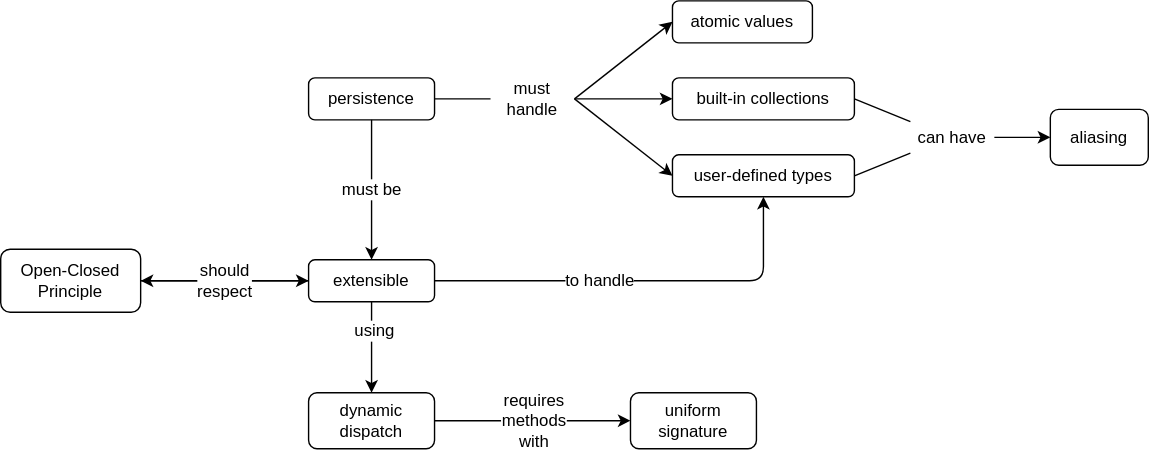
Above: sdxpy/persist/concept_map.svg in gvwilson/thirdbit (draw.io), before the change. Source tidied: cells renumbered, new cells last; positions are measured from the earlier drawing's top-left corner, leaving out a move shared by most shapes. The source it was exported from:
```xml
<mxGraphModel>
  <root>
    <mxCell id="0" />
    <mxCell id="1" parent="0" />
    <mxCell id="2" value="persistence" style="rounded=1;whiteSpace=wrap;html=1;hachureGap=4;fontFamily=Verdana;fontSize=12;fillColor=none;" parent="1" vertex="1">
      <mxGeometry x="220" y="55" width="90" height="30" as="geometry" />
    </mxCell>
    <mxCell id="3" value="atomic values" style="rounded=1;whiteSpace=wrap;html=1;hachureGap=4;fontFamily=Verdana;fontSize=12;fillColor=none;" parent="1" vertex="1">
      <mxGeometry x="480" width="100" height="30" as="geometry" />
    </mxCell>
    <mxCell id="4" value="built-in collections" style="rounded=1;whiteSpace=wrap;html=1;hachureGap=4;fontFamily=Verdana;fontSize=12;fillColor=none;" parent="1" vertex="1">
      <mxGeometry x="480" y="55" width="130" height="30" as="geometry" />
    </mxCell>
    <mxCell id="5" value="user-defined types" style="rounded=1;whiteSpace=wrap;html=1;hachureGap=4;fontFamily=Verdana;fontSize=12;fillColor=none;" parent="1" vertex="1">
      <mxGeometry x="480" y="110" width="130" height="30" as="geometry" />
    </mxCell>
    <mxCell id="6" value="aliasing" style="rounded=1;whiteSpace=wrap;html=1;hachureGap=4;fontFamily=Verdana;fontSize=12;fillColor=none;" parent="1" vertex="1">
      <mxGeometry x="750" y="77.5" width="70" height="40" as="geometry" />
    </mxCell>
    <mxCell id="7" value="extensible" style="rounded=1;whiteSpace=wrap;html=1;hachureGap=4;fontFamily=Verdana;fontSize=12;fillColor=none;" parent="1" vertex="1">
      <mxGeometry x="220" y="185" width="90" height="30" as="geometry" />
    </mxCell>
    <mxCell id="8" style="edgeStyle=orthogonalEdgeStyle;rounded=0;sketch=0;jettySize=auto;html=1;fontFamily=Verdana;fontSize=12;" parent="1" edge="1" source="9" target="7">
      <mxGeometry relative="1" as="geometry" />
    </mxCell>
    <mxCell id="9" value="Open-Closed Principle" style="rounded=1;whiteSpace=wrap;html=1;hachureGap=4;fontFamily=Verdana;fontSize=12;fillColor=none;" parent="1" vertex="1">
      <mxGeometry y="177.5" width="100" height="45" as="geometry" />
    </mxCell>
    <mxCell id="10" value="dynamic dispatch" style="rounded=1;whiteSpace=wrap;html=1;hachureGap=4;fontFamily=Verdana;fontSize=12;fillColor=none;" parent="1" vertex="1">
      <mxGeometry x="220" y="280" width="90" height="40" as="geometry" />
    </mxCell>
    <mxCell id="11" value="uniform signature" style="rounded=1;whiteSpace=wrap;html=1;hachureGap=4;fontFamily=Verdana;fontSize=12;fillColor=none;" parent="1" vertex="1">
      <mxGeometry x="450" y="280" width="90" height="40" as="geometry" />
    </mxCell>
    <mxCell id="12" value="must be" style="endArrow=classic;html=1;rounded=1;hachureGap=4;fontFamily=Verdana;fontSize=12;startSize=6;endSize=6;sourcePerimeterSpacing=0;targetPerimeterSpacing=0;exitX=0.5;exitY=1;exitDx=0;exitDy=0;entryX=0.5;entryY=0;entryDx=0;entryDy=0;" parent="1" edge="1" source="2" target="7">
      <mxGeometry relative="1" as="geometry" />
    </mxCell>
    <mxCell id="13" value="to handle" style="endArrow=classic;html=1;rounded=1;hachureGap=4;fontFamily=Verdana;fontSize=12;startSize=6;endSize=6;sourcePerimeterSpacing=0;targetPerimeterSpacing=0;exitX=1;exitY=0.5;exitDx=0;exitDy=0;entryX=0.5;entryY=1;entryDx=0;entryDy=0;" parent="1" edge="1" source="7" target="5">
      <mxGeometry x="-0.2" relative="1" as="geometry">
        <Array as="points">
          <mxPoint x="545" y="200" />
        </Array>
      </mxGeometry>
    </mxCell>
    <mxCell id="14" value="must handle" style="text;html=1;strokeColor=none;fillColor=none;align=center;verticalAlign=middle;whiteSpace=wrap;rounded=0;sketch=1;hachureGap=4;fontFamily=Verdana;fontSize=12;" parent="1" vertex="1">
      <mxGeometry x="350" y="50" width="60" height="40" as="geometry" />
    </mxCell>
    <mxCell id="15" style="endArrow=none;html=1;rounded=1;hachureGap=4;fontFamily=Verdana;fontSize=16;startSize=14;endSize=14;sourcePerimeterSpacing=8;targetPerimeterSpacing=8;entryX=0;entryY=0.5;entryDx=0;entryDy=0;exitX=1;exitY=0.5;exitDx=0;exitDy=0;" parent="1" edge="1" source="2" target="14">
      <mxGeometry relative="1" as="geometry" />
    </mxCell>
    <mxCell id="16" style="endArrow=classic;html=1;rounded=1;hachureGap=4;fontFamily=Verdana;fontSize=16;startSize=6;endSize=6;sourcePerimeterSpacing=0;targetPerimeterSpacing=0;entryX=0;entryY=0.5;entryDx=0;entryDy=0;exitX=1;exitY=0.5;exitDx=0;exitDy=0;" parent="1" edge="1" source="14" target="3">
      <mxGeometry relative="1" as="geometry" />
    </mxCell>
    <mxCell id="17" style="endArrow=classic;html=1;rounded=1;hachureGap=4;fontFamily=Verdana;fontSize=16;startSize=6;endSize=6;sourcePerimeterSpacing=0;targetPerimeterSpacing=0;entryX=0;entryY=0.5;entryDx=0;entryDy=0;exitX=1;exitY=0.5;exitDx=0;exitDy=0;" parent="1" edge="1" source="14" target="4">
      <mxGeometry relative="1" as="geometry" />
    </mxCell>
    <mxCell id="18" style="endArrow=classic;html=1;rounded=1;hachureGap=4;fontFamily=Verdana;fontSize=16;startSize=6;endSize=6;sourcePerimeterSpacing=0;targetPerimeterSpacing=0;entryX=0;entryY=0.5;entryDx=0;entryDy=0;exitX=1;exitY=0.5;exitDx=0;exitDy=0;" parent="1" edge="1" source="14" target="5">
      <mxGeometry relative="1" as="geometry" />
    </mxCell>
    <mxCell id="19" value="can have" style="text;html=1;strokeColor=none;fillColor=none;align=center;verticalAlign=middle;whiteSpace=wrap;rounded=0;sketch=1;hachureGap=4;fontFamily=Verdana;fontSize=12;" parent="1" vertex="1">
      <mxGeometry x="650" y="75" width="60" height="45" as="geometry" />
    </mxCell>
    <mxCell id="20" style="endArrow=classic;html=1;rounded=1;hachureGap=4;fontFamily=Verdana;fontSize=16;startSize=6;endSize=6;sourcePerimeterSpacing=0;targetPerimeterSpacing=0;entryX=0;entryY=0.5;entryDx=0;entryDy=0;exitX=1;exitY=0.5;exitDx=0;exitDy=0;endFill=1;" parent="1" edge="1" source="19" target="6">
      <mxGeometry relative="1" as="geometry" />
    </mxCell>
    <mxCell id="21" style="endArrow=none;html=1;rounded=1;hachureGap=4;fontFamily=Verdana;fontSize=16;startSize=14;endSize=14;sourcePerimeterSpacing=8;targetPerimeterSpacing=8;exitX=1;exitY=0.5;exitDx=0;exitDy=0;entryX=0;entryY=0.25;entryDx=0;entryDy=0;" parent="1" edge="1" source="4" target="19">
      <mxGeometry relative="1" as="geometry" />
    </mxCell>
    <mxCell id="22" style="endArrow=none;html=1;rounded=1;hachureGap=4;fontFamily=Verdana;fontSize=16;startSize=14;endSize=14;sourcePerimeterSpacing=8;targetPerimeterSpacing=8;exitX=1;exitY=0.5;exitDx=0;exitDy=0;entryX=0;entryY=0.75;entryDx=0;entryDy=0;" parent="1" edge="1" source="5" target="19">
      <mxGeometry relative="1" as="geometry" />
    </mxCell>
    <mxCell id="23" value="should&lt;br style=&quot;font-size: 12px;&quot;&gt;respect" style="endArrow=classic;html=1;rounded=1;hachureGap=4;fontFamily=Verdana;fontSize=12;startSize=6;endSize=6;sourcePerimeterSpacing=0;targetPerimeterSpacing=0;entryX=1;entryY=0.5;entryDx=0;entryDy=0;exitX=0;exitY=0.5;exitDx=0;exitDy=0;" parent="1" edge="1" source="7" target="9">
      <mxGeometry relative="1" as="geometry" />
    </mxCell>
    <mxCell id="24" style="endArrow=classic;html=1;rounded=1;hachureGap=4;fontFamily=Verdana;fontSize=16;startSize=6;endSize=6;sourcePerimeterSpacing=0;targetPerimeterSpacing=0;entryX=0.5;entryY=0;entryDx=0;entryDy=0;exitX=0.5;exitY=1;exitDx=0;exitDy=0;" parent="1" edge="1" source="7" target="10">
      <mxGeometry relative="1" as="geometry" />
    </mxCell>
    <mxCell id="25" value="using" style="edgeLabel;html=1;align=center;verticalAlign=middle;fontSize=12;fontFamily=Verdana;" parent="24" vertex="1">
      <mxGeometry x="-0.4" y="1" relative="1" as="geometry" />
    </mxCell>
    <mxCell id="26" value="requires&lt;br style=&quot;font-size: 12px;&quot;&gt;methods&lt;br style=&quot;font-size: 12px;&quot;&gt;with" style="endArrow=classic;html=1;rounded=1;hachureGap=4;fontFamily=Verdana;fontSize=12;startSize=6;endSize=6;sourcePerimeterSpacing=0;targetPerimeterSpacing=0;entryX=0;entryY=0.5;entryDx=0;entryDy=0;exitX=1;exitY=0.5;exitDx=0;exitDy=0;" parent="1" edge="1" source="10" target="11">
      <mxGeometry x="0.01" relative="1" as="geometry" />
    </mxCell>
  </root>
</mxGraphModel>
```
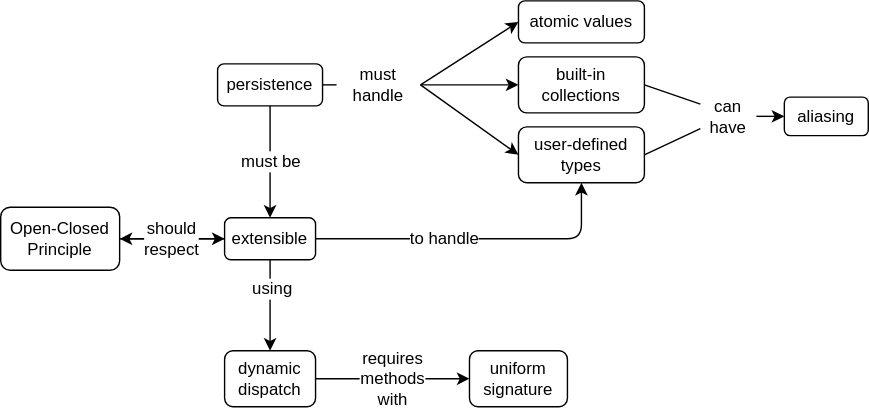
Later version of the same file.

Change to the diagram source:
```diff
@@ -2,83 +2,83 @@
   <root>
     <mxCell id="0" />
     <mxCell id="1" parent="0" />
-    <mxCell id="2" value="persistence" style="rounded=1;whiteSpace=wrap;html=1;hachureGap=4;fontFamily=Verdana;fontSize=12;fillColor=none;" parent="1" vertex="1">
-      <mxGeometry x="220" y="55" width="90" height="30" as="geometry" />
+    <mxCell id="2" value="persistence" style="rounded=1;whiteSpace=wrap;html=1;hachureGap=4;fontFamily=Helvetica;fontSize=12;fillColor=none;" parent="1" vertex="1">
+      <mxGeometry x="175" y="55" width="75" height="30" as="geometry" />
     </mxCell>
-    <mxCell id="3" value="atomic values" style="rounded=1;whiteSpace=wrap;html=1;hachureGap=4;fontFamily=Verdana;fontSize=12;fillColor=none;" parent="1" vertex="1">
-      <mxGeometry x="480" width="100" height="30" as="geometry" />
+    <mxCell id="3" value="atomic values" style="rounded=1;whiteSpace=wrap;html=1;hachureGap=4;fontFamily=Helvetica;fontSize=12;fillColor=none;" parent="1" vertex="1">
+      <mxGeometry x="390" y="10" width="90" height="30" as="geometry" />
     </mxCell>
-    <mxCell id="4" value="built-in collections" style="rounded=1;whiteSpace=wrap;html=1;hachureGap=4;fontFamily=Verdana;fontSize=12;fillColor=none;" parent="1" vertex="1">
-      <mxGeometry x="480" y="55" width="130" height="30" as="geometry" />
+    <mxCell id="4" value="built-in&lt;br style=&quot;font-size: 12px;&quot;&gt;collections" style="rounded=1;whiteSpace=wrap;html=1;hachureGap=4;fontFamily=Helvetica;fontSize=12;fillColor=none;" parent="1" vertex="1">
+      <mxGeometry x="390" y="50" width="90" height="40" as="geometry" />
     </mxCell>
-    <mxCell id="5" value="user-defined types" style="rounded=1;whiteSpace=wrap;html=1;hachureGap=4;fontFamily=Verdana;fontSize=12;fillColor=none;" parent="1" vertex="1">
-      <mxGeometry x="480" y="110" width="130" height="30" as="geometry" />
+    <mxCell id="5" value="user-defined&lt;br style=&quot;font-size: 12px;&quot;&gt;types" style="rounded=1;whiteSpace=wrap;html=1;hachureGap=4;fontFamily=Helvetica;fontSize=12;fillColor=none;" parent="1" vertex="1">
+      <mxGeometry x="390" y="100" width="90" height="40" as="geometry" />
     </mxCell>
-    <mxCell id="6" value="aliasing" style="rounded=1;whiteSpace=wrap;html=1;hachureGap=4;fontFamily=Verdana;fontSize=12;fillColor=none;" parent="1" vertex="1">
-      <mxGeometry x="750" y="77.5" width="70" height="40" as="geometry" />
+    <mxCell id="6" value="aliasing" style="rounded=1;whiteSpace=wrap;html=1;hachureGap=4;fontFamily=Helvetica;fontSize=12;fillColor=none;" parent="1" vertex="1">
+      <mxGeometry x="580" y="78.8" width="60" height="27.5" as="geometry" />
     </mxCell>
-    <mxCell id="7" value="extensible" style="rounded=1;whiteSpace=wrap;html=1;hachureGap=4;fontFamily=Verdana;fontSize=12;fillColor=none;" parent="1" vertex="1">
-      <mxGeometry x="220" y="185" width="90" height="30" as="geometry" />
+    <mxCell id="7" value="extensible" style="rounded=1;whiteSpace=wrap;html=1;hachureGap=4;fontFamily=Helvetica;fontSize=12;fillColor=none;" parent="1" vertex="1">
+      <mxGeometry x="180" y="165" width="65" height="30" as="geometry" />
     </mxCell>
-    <mxCell id="8" style="edgeStyle=orthogonalEdgeStyle;rounded=0;sketch=0;jettySize=auto;html=1;fontFamily=Verdana;fontSize=12;" parent="1" edge="1" source="9" target="7">
+    <mxCell id="8" style="edgeStyle=orthogonalEdgeStyle;rounded=0;sketch=0;jettySize=auto;html=1;fontFamily=Helvetica;fontSize=12;" parent="1" edge="1" source="9" target="7">
       <mxGeometry relative="1" as="geometry" />
     </mxCell>
-    <mxCell id="9" value="Open-Closed Principle" style="rounded=1;whiteSpace=wrap;html=1;hachureGap=4;fontFamily=Verdana;fontSize=12;fillColor=none;" parent="1" vertex="1">
-      <mxGeometry y="177.5" width="100" height="45" as="geometry" />
+    <mxCell id="9" value="Open-Closed Principle" style="rounded=1;whiteSpace=wrap;html=1;hachureGap=4;fontFamily=Helvetica;fontSize=12;fillColor=none;" parent="1" vertex="1">
+      <mxGeometry x="20" y="157.5" width="85" height="45" as="geometry" />
     </mxCell>
-    <mxCell id="10" value="dynamic dispatch" style="rounded=1;whiteSpace=wrap;html=1;hachureGap=4;fontFamily=Verdana;fontSize=12;fillColor=none;" parent="1" vertex="1">
-      <mxGeometry x="220" y="280" width="90" height="40" as="geometry" />
+    <mxCell id="10" value="dynamic dispatch" style="rounded=1;whiteSpace=wrap;html=1;hachureGap=4;fontFamily=Helvetica;fontSize=12;fillColor=none;" parent="1" vertex="1">
+      <mxGeometry x="180" y="260" width="65" height="40" as="geometry" />
     </mxCell>
-    <mxCell id="11" value="uniform signature" style="rounded=1;whiteSpace=wrap;html=1;hachureGap=4;fontFamily=Verdana;fontSize=12;fillColor=none;" parent="1" vertex="1">
-      <mxGeometry x="450" y="280" width="90" height="40" as="geometry" />
+    <mxCell id="11" value="uniform signature" style="rounded=1;whiteSpace=wrap;html=1;hachureGap=4;fontFamily=Helvetica;fontSize=12;fillColor=none;" parent="1" vertex="1">
+      <mxGeometry x="355" y="260" width="70" height="40" as="geometry" />
     </mxCell>
-    <mxCell id="12" value="must be" style="endArrow=classic;html=1;rounded=1;hachureGap=4;fontFamily=Verdana;fontSize=12;startSize=6;endSize=6;sourcePerimeterSpacing=0;targetPerimeterSpacing=0;exitX=0.5;exitY=1;exitDx=0;exitDy=0;entryX=0.5;entryY=0;entryDx=0;entryDy=0;" parent="1" edge="1" source="2" target="7">
+    <mxCell id="12" value="must be" style="endArrow=classic;html=1;rounded=1;hachureGap=4;fontFamily=Helvetica;fontSize=12;startSize=6;endSize=6;sourcePerimeterSpacing=0;targetPerimeterSpacing=0;exitX=0.5;exitY=1;exitDx=0;exitDy=0;entryX=0.5;entryY=0;entryDx=0;entryDy=0;" parent="1" edge="1" source="2" target="7">
       <mxGeometry relative="1" as="geometry" />
     </mxCell>
-    <mxCell id="13" value="to handle" style="endArrow=classic;html=1;rounded=1;hachureGap=4;fontFamily=Verdana;fontSize=12;startSize=6;endSize=6;sourcePerimeterSpacing=0;targetPerimeterSpacing=0;exitX=1;exitY=0.5;exitDx=0;exitDy=0;entryX=0.5;entryY=1;entryDx=0;entryDy=0;" parent="1" edge="1" source="7" target="5">
+    <mxCell id="13" value="to handle" style="endArrow=classic;html=1;rounded=1;hachureGap=4;fontFamily=Helvetica;fontSize=12;startSize=6;endSize=6;sourcePerimeterSpacing=0;targetPerimeterSpacing=0;exitX=1;exitY=0.5;exitDx=0;exitDy=0;entryX=0.5;entryY=1;entryDx=0;entryDy=0;" parent="1" edge="1" source="7" target="5">
       <mxGeometry x="-0.2" relative="1" as="geometry">
         <Array as="points">
-          <mxPoint x="545" y="200" />
+          <mxPoint x="435" y="180" />
         </Array>
       </mxGeometry>
     </mxCell>
-    <mxCell id="14" value="must handle" style="text;html=1;strokeColor=none;fillColor=none;align=center;verticalAlign=middle;whiteSpace=wrap;rounded=0;sketch=1;hachureGap=4;fontFamily=Verdana;fontSize=12;" parent="1" vertex="1">
-      <mxGeometry x="350" y="50" width="60" height="40" as="geometry" />
+    <mxCell id="14" value="must handle" style="text;html=1;strokeColor=none;fillColor=none;align=center;verticalAlign=middle;whiteSpace=wrap;rounded=0;sketch=1;hachureGap=4;fontFamily=Helvetica;fontSize=12;" parent="1" vertex="1">
+      <mxGeometry x="260" y="50" width="60" height="40" as="geometry" />
     </mxCell>
-    <mxCell id="15" style="endArrow=none;html=1;rounded=1;hachureGap=4;fontFamily=Verdana;fontSize=16;startSize=14;endSize=14;sourcePerimeterSpacing=8;targetPerimeterSpacing=8;entryX=0;entryY=0.5;entryDx=0;entryDy=0;exitX=1;exitY=0.5;exitDx=0;exitDy=0;" parent="1" edge="1" source="2" target="14">
+    <mxCell id="15" style="endArrow=none;html=1;rounded=1;hachureGap=4;fontFamily=Helvetica;fontSize=12;startSize=14;endSize=14;sourcePerimeterSpacing=8;targetPerimeterSpacing=8;entryX=0;entryY=0.5;entryDx=0;entryDy=0;exitX=1;exitY=0.5;exitDx=0;exitDy=0;" parent="1" edge="1" source="2" target="14">
       <mxGeometry relative="1" as="geometry" />
     </mxCell>
-    <mxCell id="16" style="endArrow=classic;html=1;rounded=1;hachureGap=4;fontFamily=Verdana;fontSize=16;startSize=6;endSize=6;sourcePerimeterSpacing=0;targetPerimeterSpacing=0;entryX=0;entryY=0.5;entryDx=0;entryDy=0;exitX=1;exitY=0.5;exitDx=0;exitDy=0;" parent="1" edge="1" source="14" target="3">
+    <mxCell id="16" style="endArrow=classic;html=1;rounded=1;hachureGap=4;fontFamily=Helvetica;fontSize=12;startSize=6;endSize=6;sourcePerimeterSpacing=0;targetPerimeterSpacing=0;entryX=0;entryY=0.5;entryDx=0;entryDy=0;exitX=1;exitY=0.5;exitDx=0;exitDy=0;" parent="1" edge="1" source="14" target="3">
       <mxGeometry relative="1" as="geometry" />
     </mxCell>
-    <mxCell id="17" style="endArrow=classic;html=1;rounded=1;hachureGap=4;fontFamily=Verdana;fontSize=16;startSize=6;endSize=6;sourcePerimeterSpacing=0;targetPerimeterSpacing=0;entryX=0;entryY=0.5;entryDx=0;entryDy=0;exitX=1;exitY=0.5;exitDx=0;exitDy=0;" parent="1" edge="1" source="14" target="4">
+    <mxCell id="17" style="endArrow=classic;html=1;rounded=1;hachureGap=4;fontFamily=Helvetica;fontSize=12;startSize=6;endSize=6;sourcePerimeterSpacing=0;targetPerimeterSpacing=0;entryX=0;entryY=0.5;entryDx=0;entryDy=0;exitX=1;exitY=0.5;exitDx=0;exitDy=0;" parent="1" edge="1" source="14" target="4">
       <mxGeometry relative="1" as="geometry" />
     </mxCell>
-    <mxCell id="18" style="endArrow=classic;html=1;rounded=1;hachureGap=4;fontFamily=Verdana;fontSize=16;startSize=6;endSize=6;sourcePerimeterSpacing=0;targetPerimeterSpacing=0;entryX=0;entryY=0.5;entryDx=0;entryDy=0;exitX=1;exitY=0.5;exitDx=0;exitDy=0;" parent="1" edge="1" source="14" target="5">
+    <mxCell id="18" style="endArrow=classic;html=1;rounded=1;hachureGap=4;fontFamily=Helvetica;fontSize=12;startSize=6;endSize=6;sourcePerimeterSpacing=0;targetPerimeterSpacing=0;entryX=0;entryY=0.5;entryDx=0;entryDy=0;exitX=1;exitY=0.5;exitDx=0;exitDy=0;" parent="1" edge="1" source="14" target="5">
       <mxGeometry relative="1" as="geometry" />
     </mxCell>
-    <mxCell id="19" value="can have" style="text;html=1;strokeColor=none;fillColor=none;align=center;verticalAlign=middle;whiteSpace=wrap;rounded=0;sketch=1;hachureGap=4;fontFamily=Verdana;fontSize=12;" parent="1" vertex="1">
-      <mxGeometry x="650" y="75" width="60" height="45" as="geometry" />
+    <mxCell id="19" value="can&lt;br&gt;have" style="text;html=1;strokeColor=none;fillColor=none;align=center;verticalAlign=middle;whiteSpace=wrap;rounded=0;sketch=1;hachureGap=4;fontFamily=Helvetica;fontSize=12;" parent="1" vertex="1">
+      <mxGeometry x="520" y="75" width="40" height="35" as="geometry" />
     </mxCell>
-    <mxCell id="20" style="endArrow=classic;html=1;rounded=1;hachureGap=4;fontFamily=Verdana;fontSize=16;startSize=6;endSize=6;sourcePerimeterSpacing=0;targetPerimeterSpacing=0;entryX=0;entryY=0.5;entryDx=0;entryDy=0;exitX=1;exitY=0.5;exitDx=0;exitDy=0;endFill=1;" parent="1" edge="1" source="19" target="6">
+    <mxCell id="20" style="endArrow=classic;html=1;rounded=1;hachureGap=4;fontFamily=Helvetica;fontSize=12;startSize=6;endSize=6;sourcePerimeterSpacing=0;targetPerimeterSpacing=0;entryX=0;entryY=0.5;entryDx=0;entryDy=0;exitX=1;exitY=0.5;exitDx=0;exitDy=0;endFill=1;" parent="1" edge="1" source="19" target="6">
       <mxGeometry relative="1" as="geometry" />
     </mxCell>
-    <mxCell id="21" style="endArrow=none;html=1;rounded=1;hachureGap=4;fontFamily=Verdana;fontSize=16;startSize=14;endSize=14;sourcePerimeterSpacing=8;targetPerimeterSpacing=8;exitX=1;exitY=0.5;exitDx=0;exitDy=0;entryX=0;entryY=0.25;entryDx=0;entryDy=0;" parent="1" edge="1" source="4" target="19">
+    <mxCell id="21" style="endArrow=none;html=1;rounded=1;hachureGap=4;fontFamily=Helvetica;fontSize=12;startSize=14;endSize=14;sourcePerimeterSpacing=8;targetPerimeterSpacing=8;exitX=1;exitY=0.5;exitDx=0;exitDy=0;entryX=0;entryY=0.25;entryDx=0;entryDy=0;" parent="1" edge="1" source="4" target="19">
       <mxGeometry relative="1" as="geometry" />
     </mxCell>
-    <mxCell id="22" style="endArrow=none;html=1;rounded=1;hachureGap=4;fontFamily=Verdana;fontSize=16;startSize=14;endSize=14;sourcePerimeterSpacing=8;targetPerimeterSpacing=8;exitX=1;exitY=0.5;exitDx=0;exitDy=0;entryX=0;entryY=0.75;entryDx=0;entryDy=0;" parent="1" edge="1" source="5" target="19">
+    <mxCell id="22" style="endArrow=none;html=1;rounded=1;hachureGap=4;fontFamily=Helvetica;fontSize=12;startSize=14;endSize=14;sourcePerimeterSpacing=8;targetPerimeterSpacing=8;exitX=1;exitY=0.5;exitDx=0;exitDy=0;entryX=0;entryY=0.75;entryDx=0;entryDy=0;" parent="1" edge="1" source="5" target="19">
       <mxGeometry relative="1" as="geometry" />
     </mxCell>
-    <mxCell id="23" value="should&lt;br style=&quot;font-size: 12px;&quot;&gt;respect" style="endArrow=classic;html=1;rounded=1;hachureGap=4;fontFamily=Verdana;fontSize=12;startSize=6;endSize=6;sourcePerimeterSpacing=0;targetPerimeterSpacing=0;entryX=1;entryY=0.5;entryDx=0;entryDy=0;exitX=0;exitY=0.5;exitDx=0;exitDy=0;" parent="1" edge="1" source="7" target="9">
+    <mxCell id="23" value="should&lt;br style=&quot;font-size: 12px;&quot;&gt;respect" style="endArrow=classic;html=1;rounded=1;hachureGap=4;fontFamily=Helvetica;fontSize=12;startSize=6;endSize=6;sourcePerimeterSpacing=0;targetPerimeterSpacing=0;entryX=1;entryY=0.5;entryDx=0;entryDy=0;exitX=0;exitY=0.5;exitDx=0;exitDy=0;" parent="1" edge="1" source="7" target="9">
       <mxGeometry relative="1" as="geometry" />
     </mxCell>
-    <mxCell id="24" style="endArrow=classic;html=1;rounded=1;hachureGap=4;fontFamily=Verdana;fontSize=16;startSize=6;endSize=6;sourcePerimeterSpacing=0;targetPerimeterSpacing=0;entryX=0.5;entryY=0;entryDx=0;entryDy=0;exitX=0.5;exitY=1;exitDx=0;exitDy=0;" parent="1" edge="1" source="7" target="10">
+    <mxCell id="24" style="endArrow=classic;html=1;rounded=1;hachureGap=4;fontFamily=Helvetica;fontSize=12;startSize=6;endSize=6;sourcePerimeterSpacing=0;targetPerimeterSpacing=0;entryX=0.5;entryY=0;entryDx=0;entryDy=0;exitX=0.5;exitY=1;exitDx=0;exitDy=0;" parent="1" edge="1" source="7" target="10">
       <mxGeometry relative="1" as="geometry" />
     </mxCell>
-    <mxCell id="25" value="using" style="edgeLabel;html=1;align=center;verticalAlign=middle;fontSize=12;fontFamily=Verdana;" parent="24" vertex="1">
+    <mxCell id="25" value="using" style="edgeLabel;html=1;align=center;verticalAlign=middle;fontSize=12;fontFamily=Helvetica;" parent="24" vertex="1">
       <mxGeometry x="-0.4" y="1" relative="1" as="geometry" />
     </mxCell>
-    <mxCell id="26" value="requires&lt;br style=&quot;font-size: 12px;&quot;&gt;methods&lt;br style=&quot;font-size: 12px;&quot;&gt;with" style="endArrow=classic;html=1;rounded=1;hachureGap=4;fontFamily=Verdana;fontSize=12;startSize=6;endSize=6;sourcePerimeterSpacing=0;targetPerimeterSpacing=0;entryX=0;entryY=0.5;entryDx=0;entryDy=0;exitX=1;exitY=0.5;exitDx=0;exitDy=0;" parent="1" edge="1" source="10" target="11">
+    <mxCell id="26" value="requires&lt;br style=&quot;font-size: 12px;&quot;&gt;methods&lt;br style=&quot;font-size: 12px;&quot;&gt;with" style="endArrow=classic;html=1;rounded=1;hachureGap=4;fontFamily=Helvetica;fontSize=12;startSize=6;endSize=6;sourcePerimeterSpacing=0;targetPerimeterSpacing=0;entryX=0;entryY=0.5;entryDx=0;entryDy=0;exitX=1;exitY=0.5;exitDx=0;exitDy=0;" parent="1" edge="1" source="10" target="11">
       <mxGeometry x="0.01" relative="1" as="geometry" />
     </mxCell>
   </root>
```
